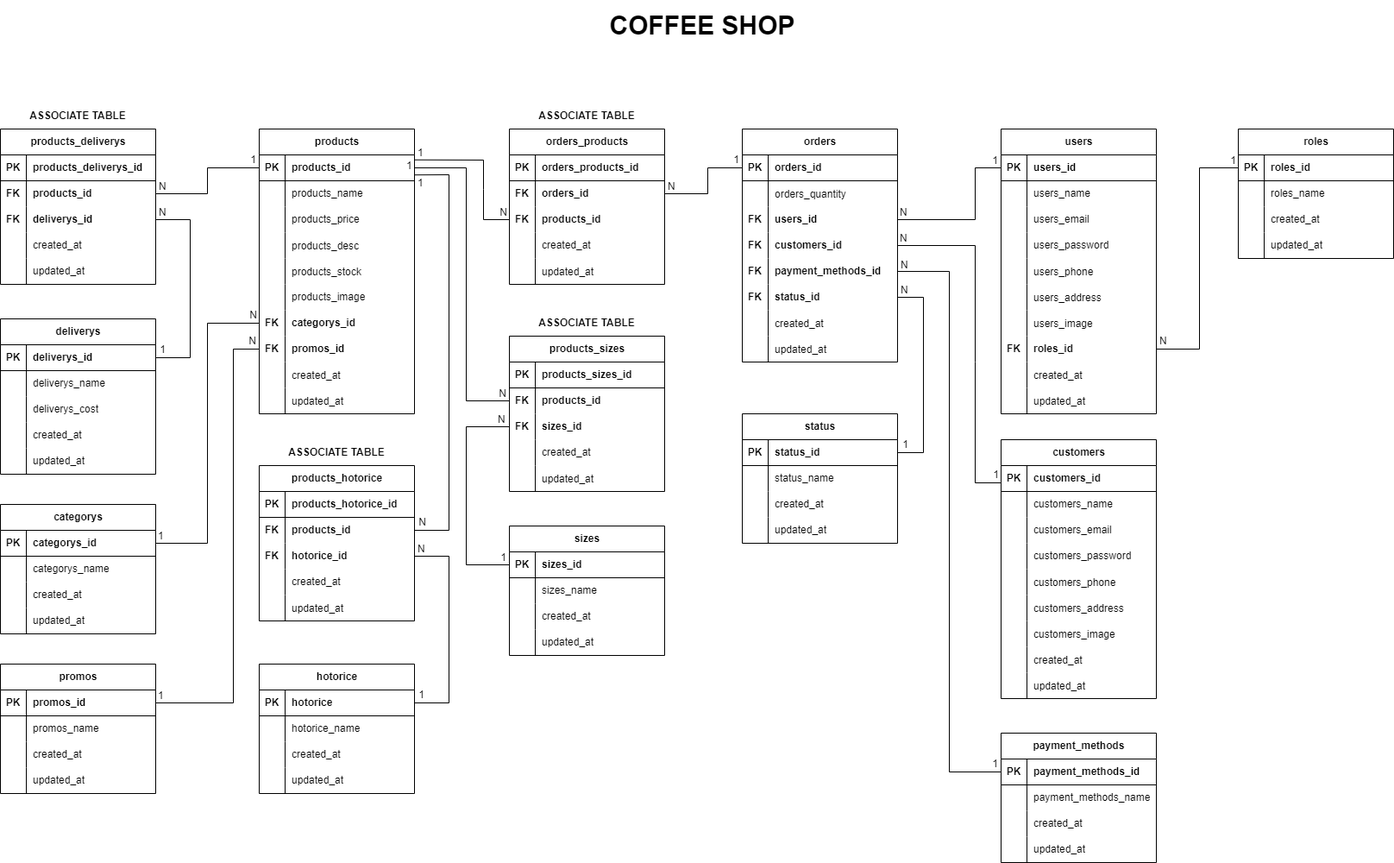
Above: tugas/postgresql/coffee-shop.drawio.png in ridwanbahtiar15/basic-cs-js-fwg16 (draw.io), before the change. Source tidied: cells renumbered, new cells last; positions are measured from the earlier drawing's top-left corner, leaving out a move shared by most shapes.
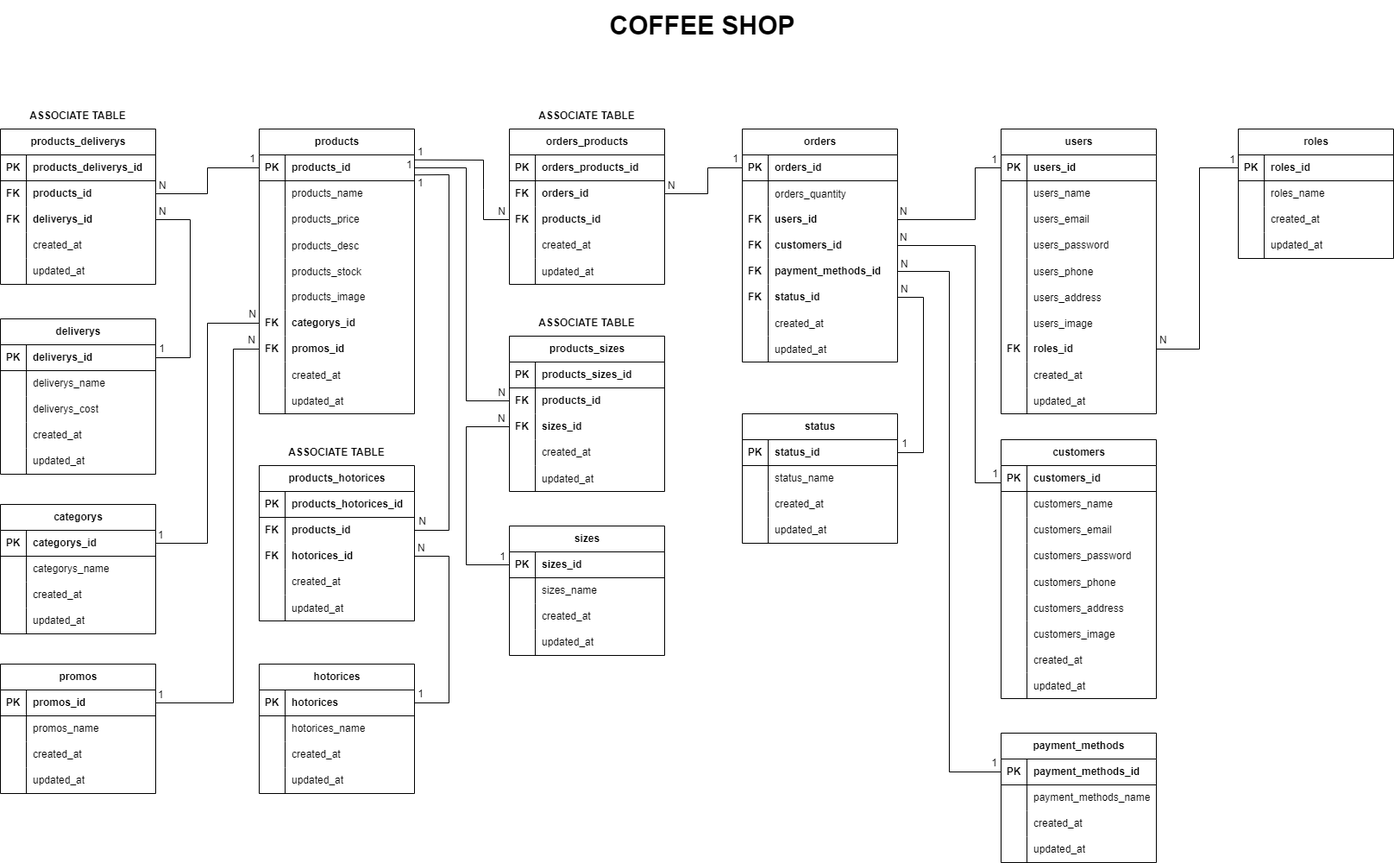
After the commit.

What changed in the source:
```diff
@@ -1022,7 +1022,7 @@
         <mxPoint x="-3" y="-1" as="offset" />
       </mxGeometry>
     </mxCell>
-    <mxCell id="302" value="hotorice" style="shape=table;startSize=30;rowLines=0;fontStyle=1;align=center;html=1;" parent="1" vertex="1">
+    <mxCell id="302" value="hotorices" style="shape=table;startSize=30;rowLines=0;fontStyle=1;align=center;html=1;" parent="1" vertex="1">
       <mxGeometry x="300" y="769" width="180" height="150" as="geometry" />
     </mxCell>
     <mxCell id="303" style="shape=tableRow;horizontal=0;startSize=0;swimlaneHead=0;swimlaneBody=0;fillColor=none;points=[[0,0.5],[1,0.5]];portConstraint=eastwest;top=0;left=0;right=0;bottom=1;" parent="302" vertex="1">
@@ -1031,7 +1031,7 @@
     <mxCell id="304" value="PK" style="shape=partialRectangle;fillColor=none;top=0;left=0;bottom=0;right=0;fontStyle=1;overflow=hidden;whiteSpace=wrap;html=1;" parent="303" vertex="1">
       <mxGeometry width="30" height="30" as="geometry" />
     </mxCell>
-    <mxCell id="305" value="hotorice" style="shape=partialRectangle;fillColor=none;top=0;left=0;bottom=0;right=0;align=left;spacingLeft=6;fontStyle=1;overflow=hidden;whiteSpace=wrap;html=1;" parent="303" vertex="1">
+    <mxCell id="305" value="hotorices" style="shape=partialRectangle;fillColor=none;top=0;left=0;bottom=0;right=0;align=left;spacingLeft=6;fontStyle=1;overflow=hidden;whiteSpace=wrap;html=1;" parent="303" vertex="1">
       <mxGeometry x="30" width="150" height="30" as="geometry" />
     </mxCell>
     <mxCell id="306" style="shape=tableRow;horizontal=0;startSize=0;swimlaneHead=0;swimlaneBody=0;fillColor=none;top=0;left=0;right=0;bottom=0;" parent="302" vertex="1">
@@ -1040,7 +1040,7 @@
     <mxCell id="307" style="shape=partialRectangle;fillColor=none;top=0;left=0;bottom=0;right=0;overflow=hidden;whiteSpace=wrap;html=1;" parent="306" vertex="1">
       <mxGeometry width="30" height="30" as="geometry" />
     </mxCell>
-    <mxCell id="308" value="hotorice_name" style="shape=partialRectangle;fillColor=none;top=0;left=0;bottom=0;right=0;align=left;spacingLeft=6;overflow=hidden;whiteSpace=wrap;html=1;" parent="306" vertex="1">
+    <mxCell id="308" value="hotorices_name" style="shape=partialRectangle;fillColor=none;top=0;left=0;bottom=0;right=0;align=left;spacingLeft=6;overflow=hidden;whiteSpace=wrap;html=1;" parent="306" vertex="1">
       <mxGeometry x="30" width="150" height="30" as="geometry" />
     </mxCell>
     <mxCell id="309" style="shape=tableRow;horizontal=0;startSize=0;swimlaneHead=0;swimlaneBody=0;fillColor=none;top=0;left=0;right=0;bottom=0;" parent="302" vertex="1">
@@ -1061,7 +1061,7 @@
     <mxCell id="314" value="updated_at" style="shape=partialRectangle;fillColor=none;top=0;left=0;bottom=0;right=0;align=left;spacingLeft=6;overflow=hidden;whiteSpace=wrap;html=1;" parent="312" vertex="1">
       <mxGeometry x="30" width="150" height="30" as="geometry" />
     </mxCell>
-    <mxCell id="315" value="products_hotorice" style="shape=table;startSize=30;rowLines=0;fontStyle=1;align=center;html=1;" parent="1" vertex="1">
+    <mxCell id="315" value="products_hotorices" style="shape=table;startSize=30;rowLines=0;fontStyle=1;align=center;html=1;" parent="1" vertex="1">
       <mxGeometry x="300" y="539" width="180" height="180" as="geometry" />
     </mxCell>
     <mxCell id="316" style="shape=tableRow;horizontal=0;startSize=0;swimlaneHead=0;swimlaneBody=0;fillColor=none;top=0;left=0;right=0;bottom=1;" parent="315" vertex="1">
@@ -1070,7 +1070,7 @@
     <mxCell id="317" value="PK" style="shape=partialRectangle;fillColor=none;top=0;left=0;bottom=0;right=0;fontStyle=1;overflow=hidden;whiteSpace=wrap;html=1;" parent="316" vertex="1">
       <mxGeometry width="30" height="30" as="geometry" />
     </mxCell>
-    <mxCell id="318" value="products_hotorice_id" style="shape=partialRectangle;fillColor=none;top=0;left=0;bottom=0;right=0;align=left;spacingLeft=6;fontStyle=1;overflow=hidden;whiteSpace=wrap;html=1;" parent="316" vertex="1">
+    <mxCell id="318" value="products_hotorices_id" style="shape=partialRectangle;fillColor=none;top=0;left=0;bottom=0;right=0;align=left;spacingLeft=6;fontStyle=1;overflow=hidden;whiteSpace=wrap;html=1;" parent="316" vertex="1">
       <mxGeometry x="30" width="150" height="30" as="geometry" />
     </mxCell>
     <mxCell id="319" style="shape=tableRow;horizontal=0;startSize=0;swimlaneHead=0;swimlaneBody=0;fillColor=none;points=[[0,0.5],[1,0.5]];portConstraint=eastwest;top=0;left=0;right=0;bottom=0;" parent="315" vertex="1">
@@ -1088,7 +1088,7 @@
     <mxCell id="323" value="FK" style="shape=partialRectangle;fillColor=none;top=0;left=0;bottom=0;right=0;overflow=hidden;whiteSpace=wrap;html=1;fontStyle=1;" parent="322" vertex="1">
       <mxGeometry width="30" height="30" as="geometry" />
     </mxCell>
-    <mxCell id="324" value="hotorice_id" style="shape=partialRectangle;fillColor=none;top=0;left=0;bottom=0;right=0;align=left;spacingLeft=6;overflow=hidden;whiteSpace=wrap;html=1;fontStyle=1;" parent="322" vertex="1">
+    <mxCell id="324" value="hotorices_id" style="shape=partialRectangle;fillColor=none;top=0;left=0;bottom=0;right=0;align=left;spacingLeft=6;overflow=hidden;whiteSpace=wrap;html=1;fontStyle=1;" parent="322" vertex="1">
       <mxGeometry x="30" width="150" height="30" as="geometry" />
     </mxCell>
     <mxCell id="325" style="shape=tableRow;horizontal=0;startSize=0;swimlaneHead=0;swimlaneBody=0;fillColor=none;top=0;left=0;right=0;bottom=0;" parent="315" vertex="1">
```
